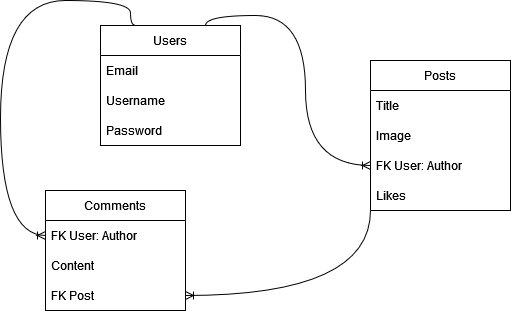
Above: Models/Data-Modell.png in FinnKr/pixlr (draw.io), before the change. Source tidied: cells renumbered, new cells last; positions are measured from the earlier drawing's top-left corner, leaving out a move shared by most shapes. Source of this version:
```xml
<mxGraphModel>
  <root>
    <mxCell id="0" />
    <mxCell id="1" parent="0" />
    <mxCell id="2" value="Users" style="swimlane;fontStyle=0;horizontal=1;startSize=30;" parent="1" vertex="1">
      <mxGeometry x="100" y="25" width="140" height="120" as="geometry" />
    </mxCell>
    <mxCell id="3" value="Email" style="text;strokeColor=none;fillColor=none;align=left;verticalAlign=middle;spacingLeft=4;spacingRight=4;overflow=hidden;" parent="2" vertex="1">
      <mxGeometry y="30" width="140" height="30" as="geometry" />
    </mxCell>
    <mxCell id="4" value="Username" style="text;strokeColor=none;fillColor=none;align=left;verticalAlign=middle;spacingLeft=4;spacingRight=4;overflow=hidden;" parent="2" vertex="1">
      <mxGeometry y="60" width="140" height="30" as="geometry" />
    </mxCell>
    <mxCell id="5" value="Password" style="text;strokeColor=none;fillColor=none;align=left;verticalAlign=middle;spacingLeft=4;spacingRight=4;overflow=hidden;" parent="2" vertex="1">
      <mxGeometry y="90" width="140" height="30" as="geometry" />
    </mxCell>
    <mxCell id="6" value="Posts" style="swimlane;fontStyle=0;horizontal=1;startSize=30;" parent="1" vertex="1">
      <mxGeometry x="370" y="60" width="140" height="150" as="geometry" />
    </mxCell>
    <mxCell id="7" value="Title" style="text;strokeColor=none;fillColor=none;align=left;verticalAlign=middle;spacingLeft=4;spacingRight=4;overflow=hidden;points=[[0,0.5],[1,0.5]];portConstraint=eastwest;" parent="6" vertex="1">
      <mxGeometry y="30" width="140" height="30" as="geometry" />
    </mxCell>
    <mxCell id="8" value="Image" style="text;strokeColor=none;fillColor=none;align=left;verticalAlign=middle;spacingLeft=4;spacingRight=4;overflow=hidden;points=[[0,0.5],[1,0.5]];portConstraint=eastwest;" parent="6" vertex="1">
      <mxGeometry y="60" width="140" height="30" as="geometry" />
    </mxCell>
    <mxCell id="9" value="FK User: Author" style="text;strokeColor=none;fillColor=none;align=left;verticalAlign=middle;spacingLeft=4;spacingRight=4;overflow=hidden;points=[[0,0.5],[1,0.5]];portConstraint=eastwest;" parent="6" vertex="1">
      <mxGeometry y="90" width="140" height="30" as="geometry" />
    </mxCell>
    <mxCell id="10" value="Likes" style="text;strokeColor=none;fillColor=none;align=left;verticalAlign=middle;spacingLeft=4;spacingRight=4;overflow=hidden;" parent="6" vertex="1">
      <mxGeometry y="120" width="140" height="30" as="geometry" />
    </mxCell>
    <mxCell id="11" value="Comments" style="swimlane;fontStyle=0;horizontal=1;startSize=30;" parent="1" vertex="1">
      <mxGeometry x="45" y="190" width="140" height="120" as="geometry" />
    </mxCell>
    <mxCell id="12" value="FK User: Author" style="text;strokeColor=none;fillColor=none;align=left;verticalAlign=middle;spacingLeft=4;spacingRight=4;overflow=hidden;points=[[0,0.5],[1,0.5]];portConstraint=eastwest;" parent="11" vertex="1">
      <mxGeometry y="30" width="140" height="30" as="geometry" />
    </mxCell>
    <mxCell id="13" value="Content" style="text;strokeColor=none;fillColor=none;align=left;verticalAlign=middle;spacingLeft=4;spacingRight=4;overflow=hidden;" parent="11" vertex="1">
      <mxGeometry y="60" width="140" height="30" as="geometry" />
    </mxCell>
    <mxCell id="14" value="FK Post" style="text;strokeColor=none;fillColor=none;align=left;verticalAlign=middle;spacingLeft=4;spacingRight=4;overflow=hidden;points=[[0,0.5],[1,0.5]];portConstraint=eastwest;" parent="11" vertex="1">
      <mxGeometry y="90" width="140" height="30" as="geometry" />
    </mxCell>
    <mxCell id="15" style="edgeStyle=orthogonalEdgeStyle;fontSize=12;html=1;endArrow=ERoneToMany;rounded=0;exitX=0.25;exitY=0;exitDx=0;exitDy=0;entryX=0;entryY=0.5;entryDx=0;entryDy=0;curved=1;" parent="1" edge="1" source="2" target="12">
      <mxGeometry relative="1" as="geometry">
        <Array as="points">
          <mxPoint x="130" y="25" />
          <mxPoint x="130" />
          <mxPoint />
          <mxPoint y="235" />
        </Array>
      </mxGeometry>
    </mxCell>
    <mxCell id="16" style="edgeStyle=orthogonalEdgeStyle;fontSize=12;html=1;endArrow=ERoneToMany;rounded=0;entryX=0;entryY=0.5;entryDx=0;entryDy=0;curved=1;exitX=0.75;exitY=0;exitDx=0;exitDy=0;" parent="1" edge="1" source="2" target="9">
      <mxGeometry relative="1" as="geometry" />
    </mxCell>
    <mxCell id="17" style="edgeStyle=orthogonalEdgeStyle;fontSize=12;html=1;endArrow=ERoneToMany;rounded=0;entryX=1;entryY=0.5;entryDx=0;entryDy=0;curved=1;exitX=0;exitY=1;exitDx=0;exitDy=0;" parent="1" edge="1" source="6" target="14">
      <mxGeometry relative="1" as="geometry" />
    </mxCell>
  </root>
</mxGraphModel>
```
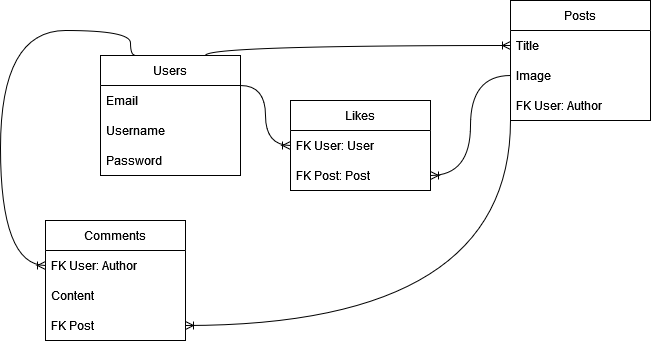
Above is the later version.

Commit message:
Adjusted data model

Change to the diagram source:
```diff
@@ -15,7 +15,7 @@
       <mxGeometry y="90" width="140" height="30" as="geometry" />
     </mxCell>
     <mxCell id="6" value="Posts" style="swimlane;fontStyle=0;horizontal=1;startSize=30;" parent="1" vertex="1">
-      <mxGeometry x="370" y="60" width="140" height="150" as="geometry" />
+      <mxGeometry x="510" y="-30" width="140" height="120" as="geometry" />
     </mxCell>
     <mxCell id="7" value="Title" style="text;strokeColor=none;fillColor=none;align=left;verticalAlign=middle;spacingLeft=4;spacingRight=4;overflow=hidden;points=[[0,0.5],[1,0.5]];portConstraint=eastwest;" parent="6" vertex="1">
       <mxGeometry y="30" width="140" height="30" as="geometry" />
@@ -26,9 +26,6 @@
     <mxCell id="9" value="FK User: Author" style="text;strokeColor=none;fillColor=none;align=left;verticalAlign=middle;spacingLeft=4;spacingRight=4;overflow=hidden;points=[[0,0.5],[1,0.5]];portConstraint=eastwest;" parent="6" vertex="1">
       <mxGeometry y="90" width="140" height="30" as="geometry" />
     </mxCell>
-    <mxCell id="10" value="Likes" style="text;strokeColor=none;fillColor=none;align=left;verticalAlign=middle;spacingLeft=4;spacingRight=4;overflow=hidden;" parent="6" vertex="1">
-      <mxGeometry y="120" width="140" height="30" as="geometry" />
-    </mxCell>
     <mxCell id="11" value="Comments" style="swimlane;fontStyle=0;horizontal=1;startSize=30;" parent="1" vertex="1">
       <mxGeometry x="45" y="190" width="140" height="120" as="geometry" />
     </mxCell>
@@ -51,11 +48,26 @@
         </Array>
       </mxGeometry>
     </mxCell>
-    <mxCell id="16" style="edgeStyle=orthogonalEdgeStyle;fontSize=12;html=1;endArrow=ERoneToMany;rounded=0;entryX=0;entryY=0.5;entryDx=0;entryDy=0;curved=1;exitX=0.75;exitY=0;exitDx=0;exitDy=0;" parent="1" edge="1" source="2" target="9">
+    <mxCell id="16" style="edgeStyle=orthogonalEdgeStyle;fontSize=12;html=1;endArrow=ERoneToMany;rounded=0;entryX=0;entryY=0.5;entryDx=0;entryDy=0;exitX=0.75;exitY=0;exitDx=0;exitDy=0;curved=1;" parent="1" edge="1" source="2" target="7">
       <mxGeometry relative="1" as="geometry" />
     </mxCell>
     <mxCell id="17" style="edgeStyle=orthogonalEdgeStyle;fontSize=12;html=1;endArrow=ERoneToMany;rounded=0;entryX=1;entryY=0.5;entryDx=0;entryDy=0;curved=1;exitX=0;exitY=1;exitDx=0;exitDy=0;" parent="1" edge="1" source="6" target="14">
       <mxGeometry relative="1" as="geometry" />
     </mxCell>
+    <mxCell id="10" value="Likes" style="swimlane;fontStyle=0;horizontal=1;startSize=30;" parent="1" vertex="1">
+      <mxGeometry x="290" y="70" width="140" height="90" as="geometry" />
+    </mxCell>
+    <mxCell id="18" value="FK User: User" style="text;strokeColor=none;fillColor=none;align=left;verticalAlign=middle;spacingLeft=4;spacingRight=4;overflow=hidden;points=[[0,0.5],[1,0.5]];portConstraint=eastwest;" parent="10" vertex="1">
+      <mxGeometry y="30" width="140" height="30" as="geometry" />
+    </mxCell>
+    <mxCell id="19" value="FK Post: Post" style="text;strokeColor=none;fillColor=none;align=left;verticalAlign=middle;spacingLeft=4;spacingRight=4;overflow=hidden;points=[[0,0.5],[1,0.5]];portConstraint=eastwest;" parent="10" vertex="1">
+      <mxGeometry y="60" width="140" height="30" as="geometry" />
+    </mxCell>
+    <mxCell id="20" style="edgeStyle=orthogonalEdgeStyle;fontSize=12;html=1;endArrow=ERoneToMany;rounded=0;curved=1;exitX=1;exitY=0.25;exitDx=0;exitDy=0;entryX=0;entryY=0.5;entryDx=0;entryDy=0;" parent="1" edge="1" source="2" target="18">
+      <mxGeometry relative="1" as="geometry" />
+    </mxCell>
+    <mxCell id="21" style="edgeStyle=orthogonalEdgeStyle;fontSize=12;html=1;endArrow=ERoneToMany;rounded=0;curved=1;exitX=0;exitY=0.5;exitDx=0;exitDy=0;entryX=1;entryY=0.5;entryDx=0;entryDy=0;" parent="1" edge="1" source="8" target="19">
+      <mxGeometry relative="1" as="geometry" />
+    </mxCell>
   </root>
 </mxGraphModel>
```
